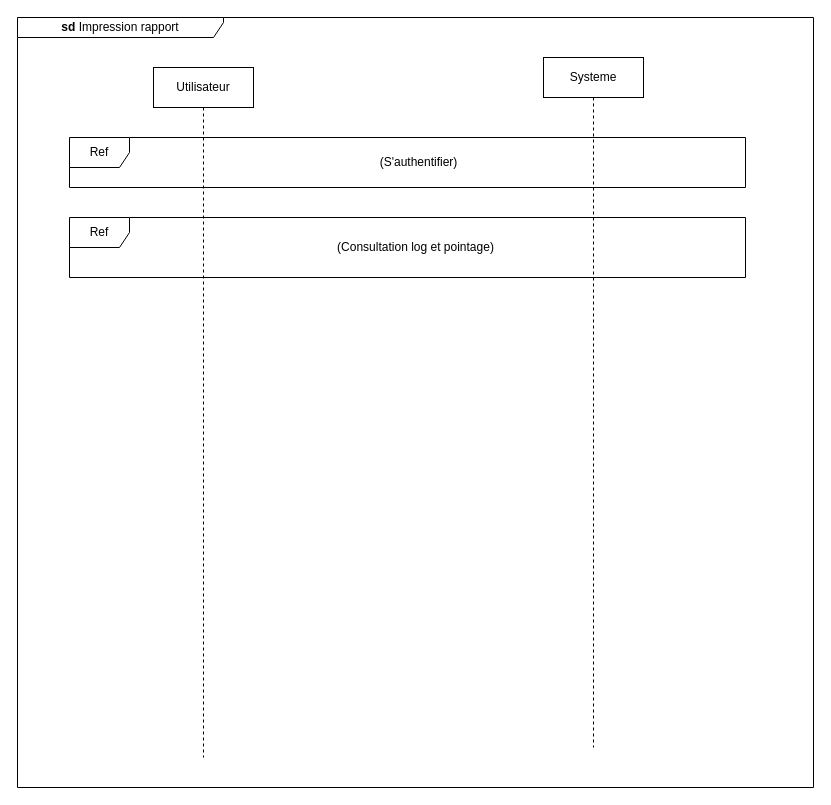
Before: static/Diagramme De séquence rapport.drawio in Siluearsene/borne_biometrique, a draw.io diagram. Source tidied: cells renumbered, new cells numbered last; positions are measured from the earlier drawing's top-left corner, leaving out a move shared by most shapes. Both pictures are drawn from the tidied source at 100%, with x=0, y=0 at pixel (17, 17).
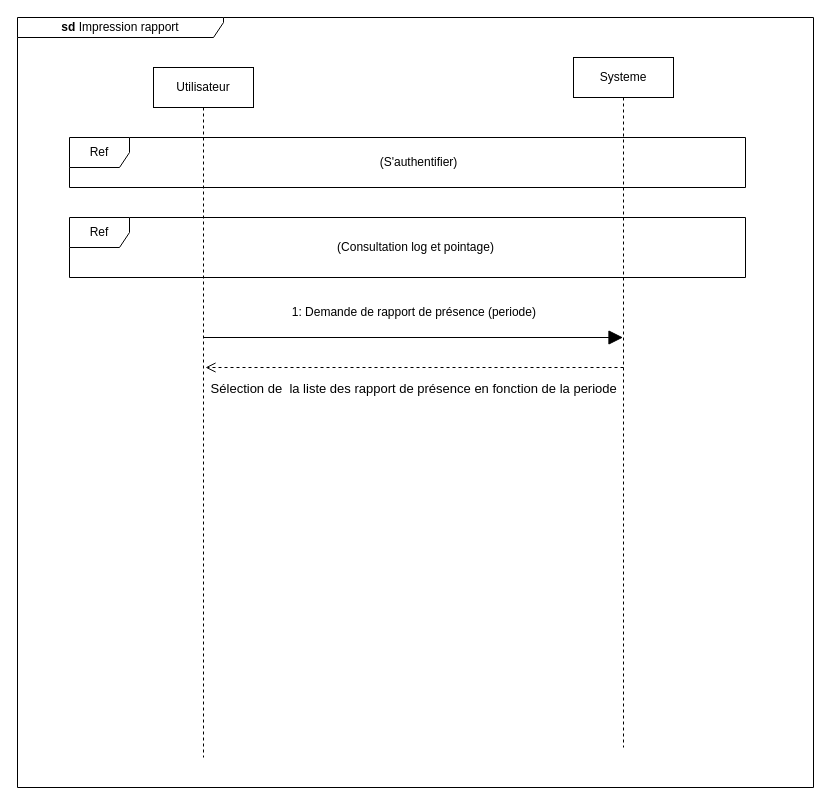
The same diagram, later.

Commit message (it also covers changes not shown here):
Mettre à jour Diagramme De séquence rapport.drawio

Change to the diagram source:
```diff
@@
 <mxGraphModel>
   <root>
     <mxCell id="0" />
     <mxCell id="1" parent="0" />
     <mxCell id="2" value="&lt;b&gt;sd&lt;/b&gt;&amp;nbsp;Impression rapport" style="shape=umlFrame;whiteSpace=wrap;html=1;width=206;height=20;rounded=0;" parent="1" vertex="1">
       <mxGeometry width="796" height="770" as="geometry" />
     </mxCell>
     <mxCell id="3" value="Utilisateur" style="shape=umlLifeline;perimeter=lifelinePerimeter;whiteSpace=wrap;html=1;newEdgeStyle={&quot;edgeStyle&quot;:&quot;elbowEdgeStyle&quot;,&quot;elbow&quot;:&quot;vertical&quot;,&quot;curved&quot;:0,&quot;rounded&quot;:0};rounded=0;" parent="1" vertex="1">
       <mxGeometry x="136" y="50" width="100" height="690" as="geometry" />
     </mxCell>
     <mxCell id="4" value="Systeme" style="shape=umlLifeline;perimeter=lifelinePerimeter;whiteSpace=wrap;html=1;outlineConnect=0;portConstraint=eastwest;newEdgeStyle={&quot;edgeStyle&quot;:&quot;elbowEdgeStyle&quot;,&quot;elbow&quot;:&quot;vertical&quot;,&quot;curved&quot;:0,&quot;rounded&quot;:0};rounded=0;" parent="1" vertex="1">
-      <mxGeometry x="526" y="40" width="100" height="690" as="geometry" />
+      <mxGeometry x="556" y="40" width="100" height="690" as="geometry" />
     </mxCell>
     <mxCell id="5" value="Ref" style="shape=umlFrame;whiteSpace=wrap;html=1;" parent="1" vertex="1">
       <mxGeometry x="52" y="120" width="676" height="50" as="geometry" />
     </mxCell>
     <mxCell id="6" value="(S'authentifier)" style="text;html=1;align=center;verticalAlign=middle;strokeColor=none;fillColor=none;" parent="1" vertex="1">
       <mxGeometry x="351" y="130" width="100" height="30" as="geometry" />
     </mxCell>
     <mxCell id="7" value="Ref" style="shape=umlFrame;whiteSpace=wrap;html=1;" parent="1" vertex="1">
       <mxGeometry x="52" y="200" width="676" height="60" as="geometry" />
     </mxCell>
     <mxCell id="8" value="(Consultation log et pointage)" style="text;html=1;align=center;verticalAlign=middle;strokeColor=none;fillColor=none;" parent="1" vertex="1">
       <mxGeometry x="308" y="215" width="180" height="30" as="geometry" />
     </mxCell>
+    <mxCell id="9" style="endArrow=block;endFill=1;endSize=12;html=1;rounded=0;" parent="1" edge="1" target="4">
+      <mxGeometry relative="1" as="geometry">
+        <mxPoint x="185.5" y="320" as="sourcePoint" />
+      </mxGeometry>
+    </mxCell>
+    <mxCell id="10" value="1: Demande de rapport de présence (periode)&amp;nbsp;" style="text;html=1;align=center;verticalAlign=middle;strokeColor=none;fillColor=none;rounded=0;" parent="1" vertex="1">
+      <mxGeometry x="263" y="280" width="270" height="30" as="geometry" />
+    </mxCell>
+    <mxCell id="11" style="html=1;verticalAlign=bottom;endArrow=open;dashed=1;endSize=8;edgeStyle=elbowEdgeStyle;elbow=vertical;curved=0;rounded=0;" parent="1" edge="1">
+      <mxGeometry relative="1" as="geometry">
+        <mxPoint x="606" y="350" as="sourcePoint" />
+        <mxPoint x="188" y="350" as="targetPoint" />
+        <Array as="points">
+          <mxPoint x="415" y="350" />
+        </Array>
+      </mxGeometry>
+    </mxCell>
+    <mxCell id="12" value="&lt;font style=&quot;font-size: 13px;&quot;&gt;Sélection de&amp;nbsp; la liste des rapport de présence en fonction de la periode&amp;nbsp;&lt;/font&gt;" style="edgeLabel;html=1;align=center;verticalAlign=middle;rounded=0;" parent="11" vertex="1">
+      <mxGeometry x="0.12" y="1" relative="1" as="geometry">
+        <mxPoint x="25" y="19" as="offset" />
+      </mxGeometry>
+    </mxCell>
   </root>
 </mxGraphModel>
```
